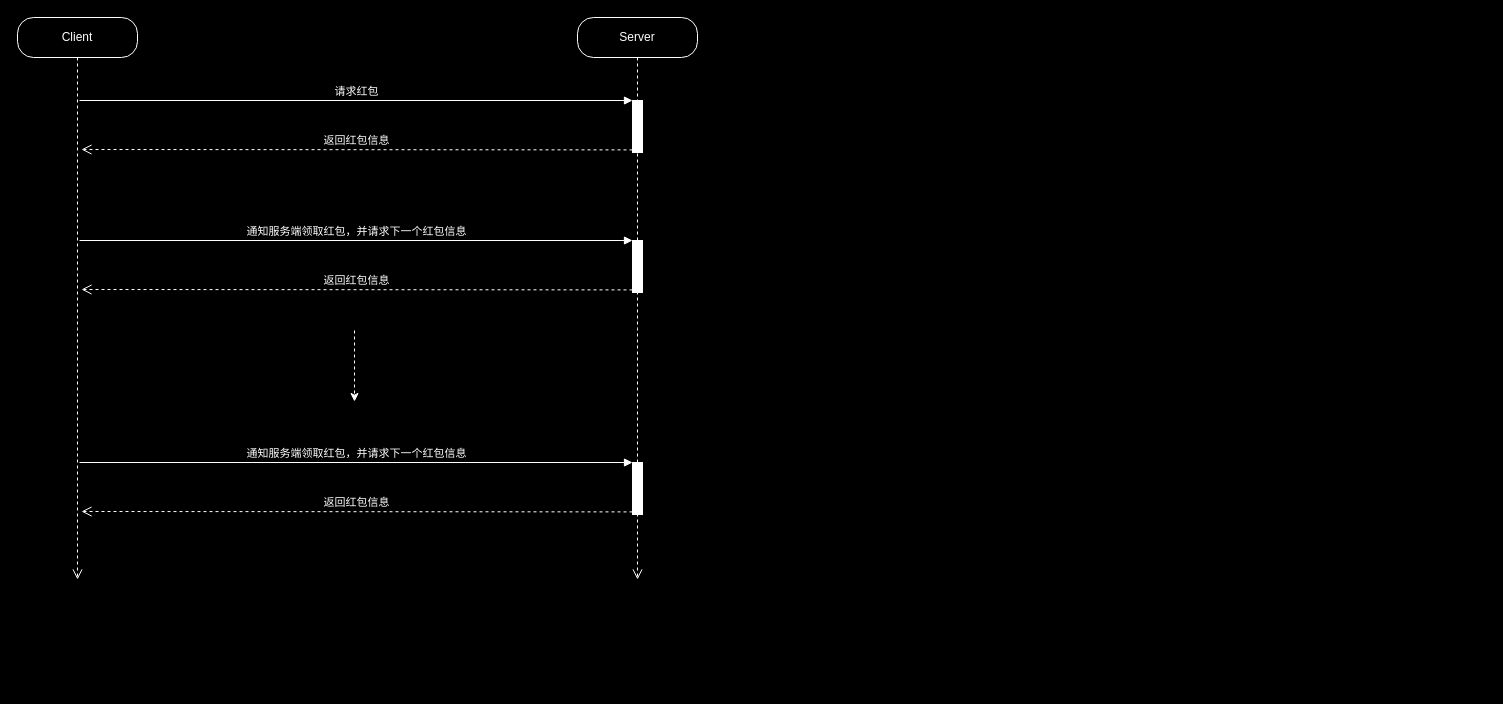
This is weibo_redpacket.drawio from huabeiyipilang/disk, a draw.io file, before an edit. Source tidied: cells renumbered, new cells numbered last; positions are measured from the earlier drawing's top-left corner, leaving out a move shared by most shapes. Both pictures are drawn from the tidied source at 100%, with x=0, y=0 at pixel (17, 17).
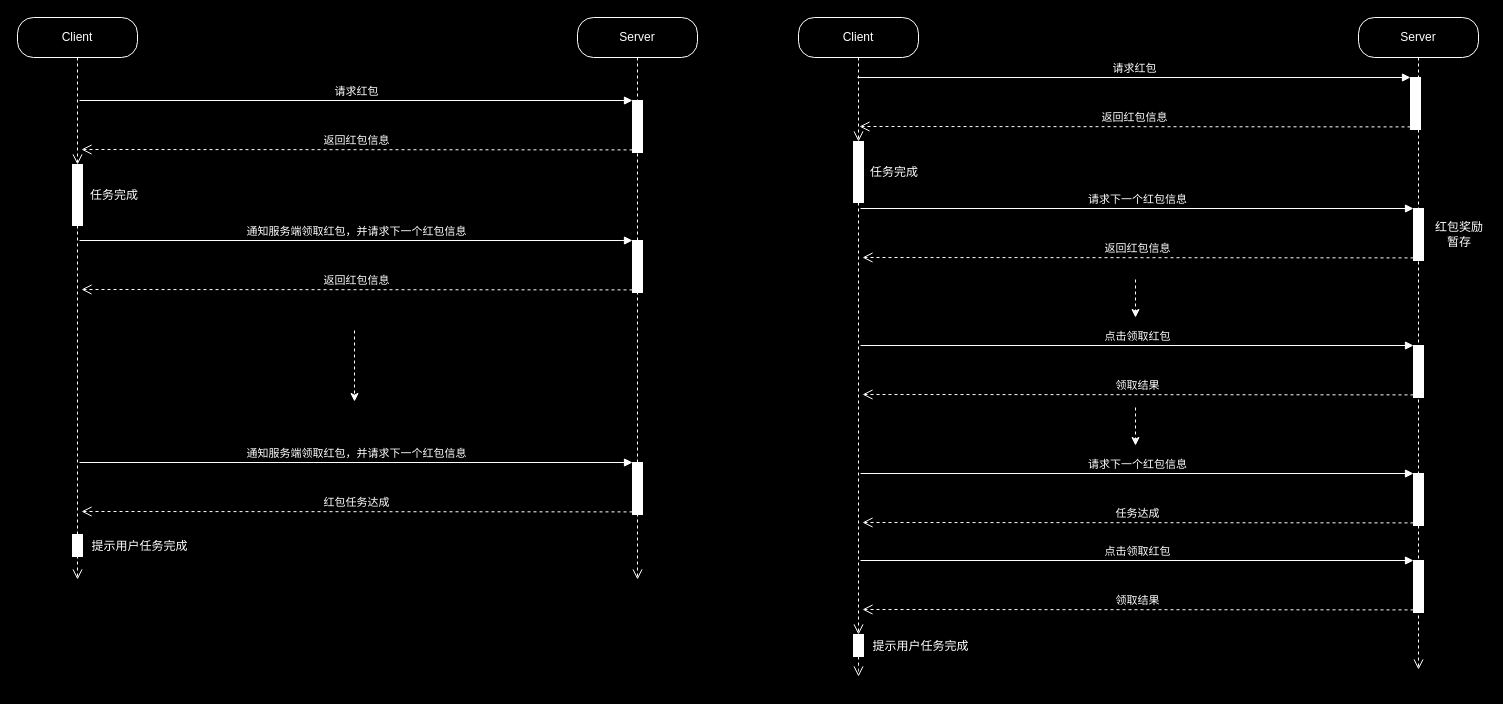
Above is the later version.

The change refers to these unchanged cells:
```xml
<mxCell id="2" value="Client" style="rounded=1;whiteSpace=wrap;html=1;arcSize=40;strokeColor=#FFFFFF;fillColor=none;fontColor=#FFFFFF;" parent="1" vertex="1">
  <mxGeometry width="120" height="40" as="geometry" />
</mxCell>
<mxCell id="13" style="html=1;points=[];perimeter=orthogonalPerimeter;strokeColor=#FFFFFF;fontColor=#FFFFFF;labelBackgroundColor=none;labelBorderColor=none;" parent="1" vertex="1">
  <mxGeometry x="615" y="445" width="10" height="52" as="geometry" />
</mxCell>
```

Diff of the diagram source:
```diff
@@
-    <mxCell id="3" style="edgeStyle=orthogonalEdgeStyle;html=1;verticalAlign=bottom;endArrow=open;endSize=8;strokeColor=#FFFFFF;dashed=1;" parent="1" edge="1" source="2">
+    <mxCell id="3" style="edgeStyle=orthogonalEdgeStyle;html=1;verticalAlign=bottom;endArrow=open;endSize=8;strokeColor=#FFFFFF;dashed=1;" parent="1" edge="1" source="16">
       <mxGeometry relative="1" as="geometry">
         <mxPoint x="60" y="562" as="targetPoint" />
       </mxGeometry>
     </mxCell>
@@
-    <mxCell id="15" value="返回红包信息" style="html=1;verticalAlign=bottom;endArrow=open;dashed=1;endSize=8;exitX=0;exitY=0.95;strokeColor=#FFFFFF;fontColor=#FFFFFF;labelBackgroundColor=none;" parent="1" edge="1" source="13">
+    <mxCell id="15" value="红包任务达成" style="html=1;verticalAlign=bottom;endArrow=open;dashed=1;endSize=8;exitX=0;exitY=0.95;strokeColor=#FFFFFF;fontColor=#FFFFFF;labelBackgroundColor=none;" parent="1" edge="1" source="13">
       <mxGeometry relative="1" as="geometry">
         <mxPoint x="64" y="494" as="targetPoint" />
       </mxGeometry>
     </mxCell>
+    <mxCell id="16" style="html=1;points=[];perimeter=orthogonalPerimeter;labelBackgroundColor=none;strokeColor=#FFFFFF;fillColor=#ffffff;fontColor=#FFFFFF;" parent="1" vertex="1">
+      <mxGeometry x="55" y="147" width="10" height="61" as="geometry" />
+    </mxCell>
+    <mxCell id="17" style="edgeStyle=orthogonalEdgeStyle;html=1;verticalAlign=bottom;endArrow=open;endSize=8;strokeColor=#FFFFFF;dashed=1;" parent="1" edge="1" source="2" target="16">
+      <mxGeometry relative="1" as="geometry" />
+    </mxCell>
+    <mxCell id="18" value="任务完成" style="text;html=1;strokeColor=none;fillColor=none;align=center;verticalAlign=middle;whiteSpace=wrap;rounded=0;labelBackgroundColor=none;fontColor=#FFFFFF;" parent="1" vertex="1">
+      <mxGeometry x="70" y="167.5" width="54" height="20" as="geometry" />
+    </mxCell>
+    <mxCell id="19" value="Client" style="rounded=1;whiteSpace=wrap;html=1;arcSize=40;strokeColor=#FFFFFF;fillColor=none;fontColor=#FFFFFF;" parent="1" vertex="1">
+      <mxGeometry x="781" width="120" height="40" as="geometry" />
+    </mxCell>
+    <mxCell id="20" style="edgeStyle=orthogonalEdgeStyle;html=1;verticalAlign=bottom;endArrow=open;endSize=8;strokeColor=#FFFFFF;dashed=1;" parent="1" edge="1" source="44">
+      <mxGeometry relative="1" as="geometry">
+        <mxPoint x="841" y="659" as="targetPoint" />
+      </mxGeometry>
+    </mxCell>
+    <mxCell id="21" value="Server" style="rounded=1;whiteSpace=wrap;html=1;arcSize=40;strokeColor=#FFFFFF;fillColor=none;fontColor=#FFFFFF;" parent="1" vertex="1">
+      <mxGeometry x="1341" width="120" height="40" as="geometry" />
+    </mxCell>
+    <mxCell id="22" style="edgeStyle=orthogonalEdgeStyle;html=1;verticalAlign=bottom;endArrow=open;endSize=8;strokeColor=#FFFFFF;dashed=1;" parent="1" edge="1" source="21">
+      <mxGeometry relative="1" as="geometry">
+        <mxPoint x="1401" y="652" as="targetPoint" />
+      </mxGeometry>
+    </mxCell>
+    <mxCell id="23" style="html=1;points=[];perimeter=orthogonalPerimeter;strokeColor=#FFFFFF;fontColor=#FFFFFF;labelBackgroundColor=none;labelBorderColor=none;" parent="1" vertex="1">
+      <mxGeometry x="1393" y="60" width="10" height="52" as="geometry" />
+    </mxCell>
+    <mxCell id="24" value="请求红包" style="html=1;verticalAlign=bottom;endArrow=block;entryX=0;entryY=0;strokeColor=#FFFFFF;fontColor=#FFFFFF;labelBackgroundColor=none;" parent="1" edge="1" target="23">
+      <mxGeometry relative="1" as="geometry">
+        <mxPoint x="840" y="60" as="sourcePoint" />
+      </mxGeometry>
+    </mxCell>
+    <mxCell id="25" value="返回红包信息" style="html=1;verticalAlign=bottom;endArrow=open;dashed=1;endSize=8;exitX=0;exitY=0.95;strokeColor=#FFFFFF;fontColor=#FFFFFF;labelBackgroundColor=none;" parent="1" edge="1" source="23">
+      <mxGeometry relative="1" as="geometry">
+        <mxPoint x="842" y="109" as="targetPoint" />
+      </mxGeometry>
+    </mxCell>
+    <mxCell id="26" style="html=1;points=[];perimeter=orthogonalPerimeter;strokeColor=#FFFFFF;fontColor=#FFFFFF;labelBackgroundColor=none;labelBorderColor=none;" parent="1" vertex="1">
+      <mxGeometry x="1396" y="191" width="10" height="52" as="geometry" />
+    </mxCell>
+    <mxCell id="27" value="请求下一个红包信息" style="html=1;verticalAlign=bottom;endArrow=block;entryX=0;entryY=0;strokeColor=#FFFFFF;fontColor=#FFFFFF;labelBackgroundColor=none;" parent="1" edge="1" target="26">
+      <mxGeometry relative="1" as="geometry">
+        <mxPoint x="843" y="191" as="sourcePoint" />
+      </mxGeometry>
+    </mxCell>
+    <mxCell id="28" value="返回红包信息" style="html=1;verticalAlign=bottom;endArrow=open;dashed=1;endSize=8;exitX=0;exitY=0.95;strokeColor=#FFFFFF;fontColor=#FFFFFF;labelBackgroundColor=none;" parent="1" edge="1" source="26">
+      <mxGeometry relative="1" as="geometry">
+        <mxPoint x="845" y="240" as="targetPoint" />
+      </mxGeometry>
+    </mxCell>
+    <mxCell id="29" style="endArrow=classic;html=1;dashed=1;labelBackgroundColor=none;strokeColor=#FFFFFF;fontColor=#FFFFFF;" parent="1" edge="1">
+      <mxGeometry relative="1" as="geometry">
+        <mxPoint x="1118" y="262" as="sourcePoint" />
+        <mxPoint x="1118" y="300" as="targetPoint" />
+      </mxGeometry>
+    </mxCell>
+    <mxCell id="30" style="html=1;points=[];perimeter=orthogonalPerimeter;strokeColor=#FFFFFF;fontColor=#FFFFFF;labelBackgroundColor=none;labelBorderColor=none;" parent="1" vertex="1">
+      <mxGeometry x="1396" y="328" width="10" height="52" as="geometry" />
+    </mxCell>
+    <mxCell id="31" value="点击领取红包" style="html=1;verticalAlign=bottom;endArrow=block;entryX=0;entryY=0;strokeColor=#FFFFFF;fontColor=#FFFFFF;labelBackgroundColor=none;" parent="1" edge="1" target="30">
+      <mxGeometry relative="1" as="geometry">
+        <mxPoint x="843" y="328" as="sourcePoint" />
+      </mxGeometry>
+    </mxCell>
+    <mxCell id="32" value="领取结果" style="html=1;verticalAlign=bottom;endArrow=open;dashed=1;endSize=8;exitX=0;exitY=0.95;strokeColor=#FFFFFF;fontColor=#FFFFFF;labelBackgroundColor=none;" parent="1" edge="1" source="30">
+      <mxGeometry relative="1" as="geometry">
+        <mxPoint x="845" y="377" as="targetPoint" />
+      </mxGeometry>
+    </mxCell>
+    <mxCell id="33" style="html=1;points=[];perimeter=orthogonalPerimeter;labelBackgroundColor=none;strokeColor=#FFFFFF;fillColor=#ffffff;fontColor=#FFFFFF;" parent="1" vertex="1">
+      <mxGeometry x="836" y="124" width="10" height="61" as="geometry" />
+    </mxCell>
+    <mxCell id="34" style="edgeStyle=orthogonalEdgeStyle;html=1;verticalAlign=bottom;endArrow=open;endSize=8;strokeColor=#FFFFFF;dashed=1;" parent="1" edge="1" source="19" target="33">
+      <mxGeometry relative="1" as="geometry" />
+    </mxCell>
+    <mxCell id="35" value="任务完成" style="text;html=1;strokeColor=none;fillColor=none;align=center;verticalAlign=middle;whiteSpace=wrap;rounded=0;labelBackgroundColor=none;fontColor=#FFFFFF;" parent="1" vertex="1">
+      <mxGeometry x="850" y="144.5" width="54" height="20" as="geometry" />
+    </mxCell>
+    <mxCell id="36" value="红包奖励暂存" style="text;html=1;strokeColor=none;fillColor=none;align=center;verticalAlign=middle;whiteSpace=wrap;rounded=0;labelBackgroundColor=none;fontColor=#FFFFFF;" parent="1" vertex="1">
+      <mxGeometry x="1416" y="207" width="52" height="20" as="geometry" />
+    </mxCell>
+    <mxCell id="37" style="endArrow=classic;html=1;dashed=1;labelBackgroundColor=none;strokeColor=#FFFFFF;fontColor=#FFFFFF;" parent="1" edge="1">
+      <mxGeometry relative="1" as="geometry">
+        <mxPoint x="1118" y="390" as="sourcePoint" />
+        <mxPoint x="1118" y="428" as="targetPoint" />
+      </mxGeometry>
+    </mxCell>
+    <mxCell id="38" style="html=1;points=[];perimeter=orthogonalPerimeter;strokeColor=#FFFFFF;fontColor=#FFFFFF;labelBackgroundColor=none;labelBorderColor=none;" parent="1" vertex="1">
+      <mxGeometry x="1396" y="456" width="10" height="52" as="geometry" />
+    </mxCell>
+    <mxCell id="39" value="请求下一个红包信息" style="html=1;verticalAlign=bottom;endArrow=block;entryX=0;entryY=0;strokeColor=#FFFFFF;fontColor=#FFFFFF;labelBackgroundColor=none;" parent="1" edge="1" target="38">
+      <mxGeometry relative="1" as="geometry">
+        <mxPoint x="843" y="456" as="sourcePoint" />
+      </mxGeometry>
+    </mxCell>
+    <mxCell id="40" value="任务达成" style="html=1;verticalAlign=bottom;endArrow=open;dashed=1;endSize=8;exitX=0;exitY=0.95;strokeColor=#FFFFFF;fontColor=#FFFFFF;labelBackgroundColor=none;" parent="1" edge="1" source="38">
+      <mxGeometry relative="1" as="geometry">
+        <mxPoint x="845" y="505" as="targetPoint" />
+      </mxGeometry>
+    </mxCell>
+    <mxCell id="41" style="html=1;points=[];perimeter=orthogonalPerimeter;strokeColor=#FFFFFF;fontColor=#FFFFFF;labelBackgroundColor=none;labelBorderColor=none;" parent="1" vertex="1">
+      <mxGeometry x="1396" y="543" width="10" height="52" as="geometry" />
+    </mxCell>
+    <mxCell id="42" value="点击领取红包" style="html=1;verticalAlign=bottom;endArrow=block;entryX=0;entryY=0;strokeColor=#FFFFFF;fontColor=#FFFFFF;labelBackgroundColor=none;" parent="1" edge="1" target="41">
+      <mxGeometry relative="1" as="geometry">
+        <mxPoint x="843" y="543" as="sourcePoint" />
+      </mxGeometry>
+    </mxCell>
+    <mxCell id="43" value="领取结果" style="html=1;verticalAlign=bottom;endArrow=open;dashed=1;endSize=8;exitX=0;exitY=0.95;strokeColor=#FFFFFF;fontColor=#FFFFFF;labelBackgroundColor=none;" parent="1" edge="1" source="41">
+      <mxGeometry relative="1" as="geometry">
+        <mxPoint x="845" y="592" as="targetPoint" />
+      </mxGeometry>
+    </mxCell>
+    <mxCell id="44" style="html=1;points=[];perimeter=orthogonalPerimeter;labelBackgroundColor=none;strokeColor=#FFFFFF;fillColor=#ffffff;fontColor=#FFFFFF;" parent="1" vertex="1">
+      <mxGeometry x="836" y="617" width="10" height="22" as="geometry" />
+    </mxCell>
+    <mxCell id="45" style="edgeStyle=orthogonalEdgeStyle;html=1;verticalAlign=bottom;endArrow=open;endSize=8;strokeColor=#FFFFFF;dashed=1;" parent="1" edge="1" source="33" target="44">
+      <mxGeometry relative="1" as="geometry" />
+    </mxCell>
+    <mxCell id="46" value="提示用户任务完成" style="text;html=1;strokeColor=none;fillColor=none;align=center;verticalAlign=middle;whiteSpace=wrap;rounded=0;labelBackgroundColor=none;fontColor=#FFFFFF;" parent="1" vertex="1">
+      <mxGeometry x="853" y="619" width="101" height="20" as="geometry" />
+    </mxCell>
+    <mxCell id="47" style="html=1;perimeter=orthogonalPerimeter;labelBackgroundColor=none;strokeColor=#FFFFFF;fillColor=#ffffff;fontColor=#FFFFFF;" parent="1" vertex="1">
+      <mxGeometry x="55" y="517" width="10" height="22" as="geometry" />
+    </mxCell>
+    <mxCell id="48" value="提示用户任务完成" style="text;html=1;strokeColor=none;fillColor=none;align=center;verticalAlign=middle;whiteSpace=wrap;rounded=0;labelBackgroundColor=none;fontColor=#FFFFFF;" parent="1" vertex="1">
+      <mxGeometry x="72" y="519" width="101" height="20" as="geometry" />
+    </mxCell>
```
